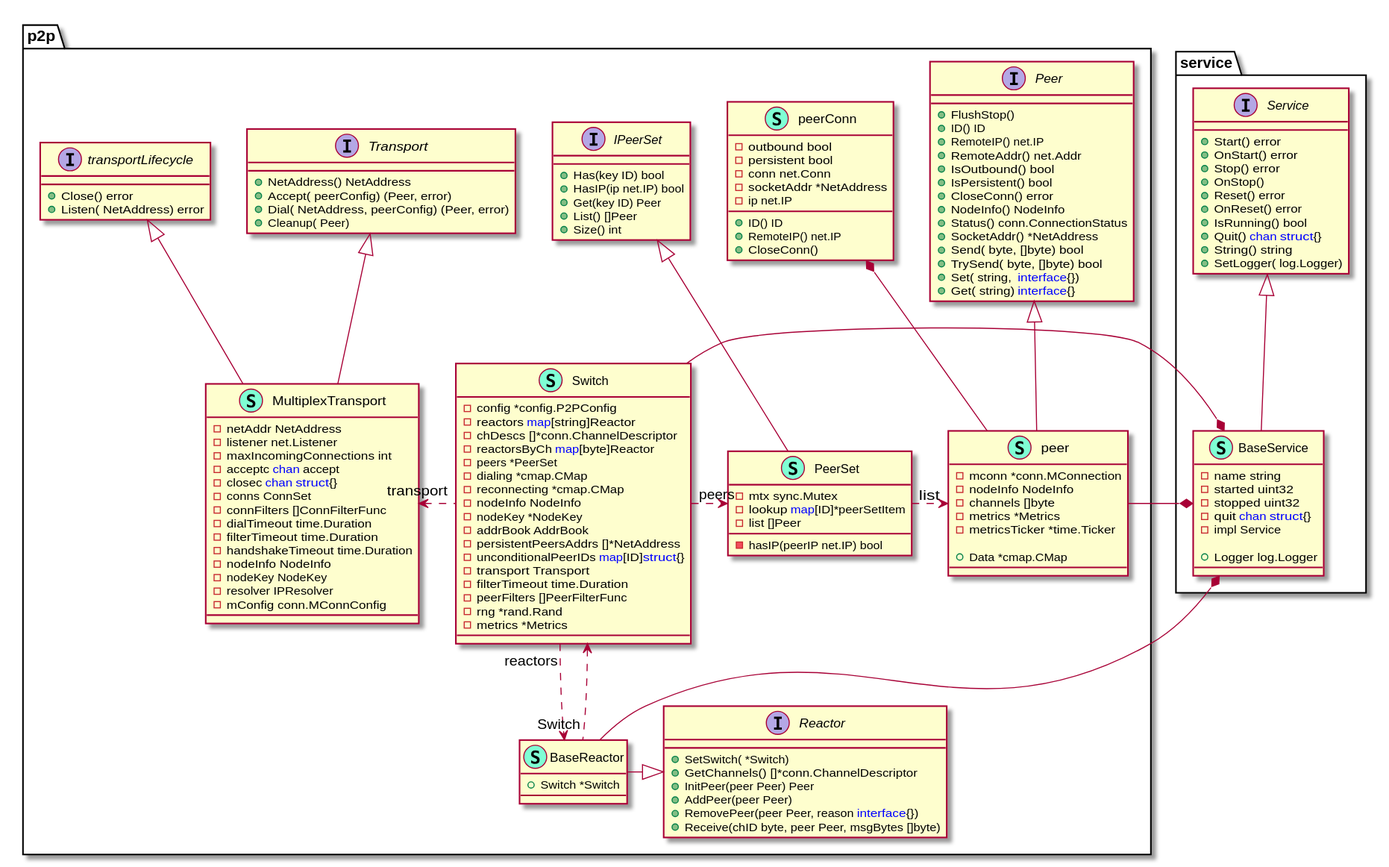
Earlier version of the PlantUML export cosmos-coinex/images/tendermint-p2p.svg (longcpp/CryptoInAction).
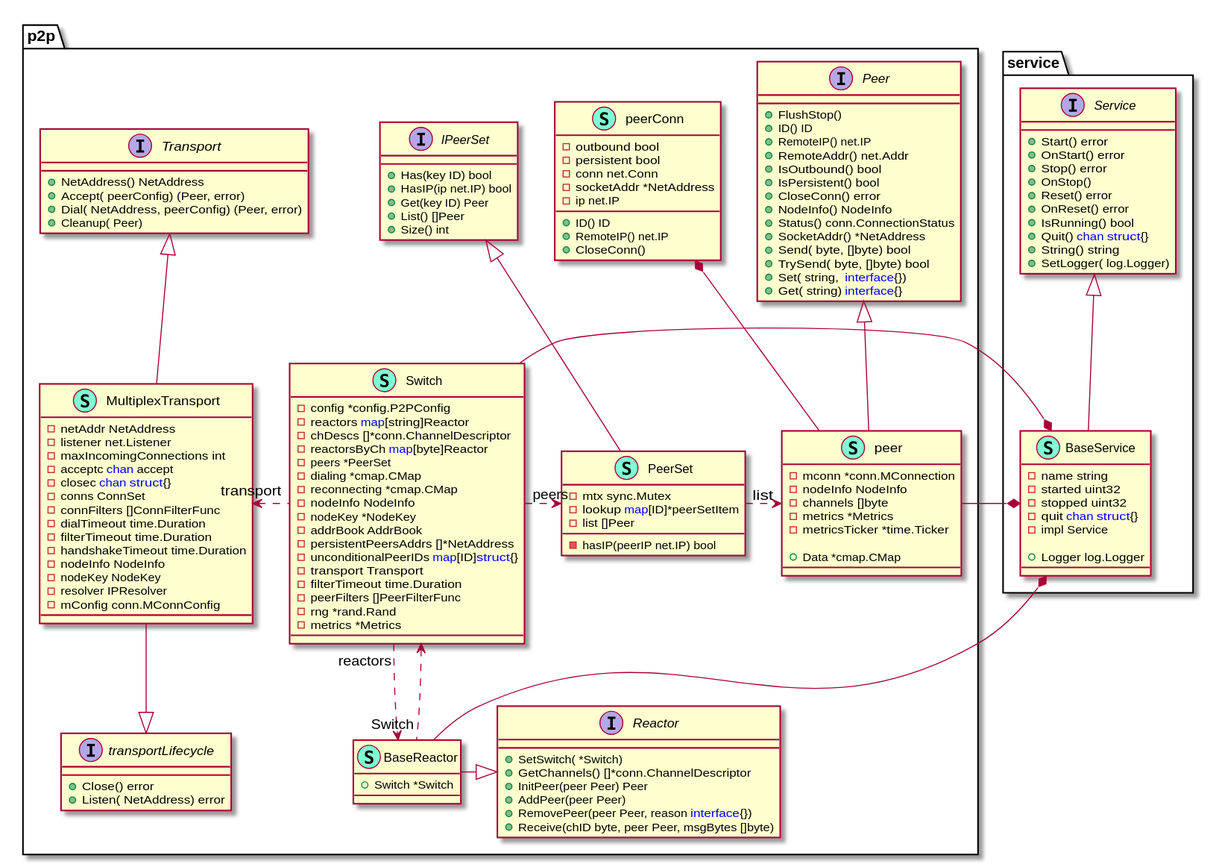
Above is the later version.

The edit, as a diff of the source:
```diff
@@ -155,7 +155,7 @@
 
 
 "p2p.Transport" <|-- "p2p.MultiplexTransport"
-"p2p.transportLifecycle" <|-- "p2p.MultiplexTransport"
+"p2p.transportLifecycle" <|-up- "p2p.MultiplexTransport"
 "p2p.IPeerSet" <|-- "p2p.PeerSet"
 
 "p2p.Peer" <|-- "p2p.peer"
```
